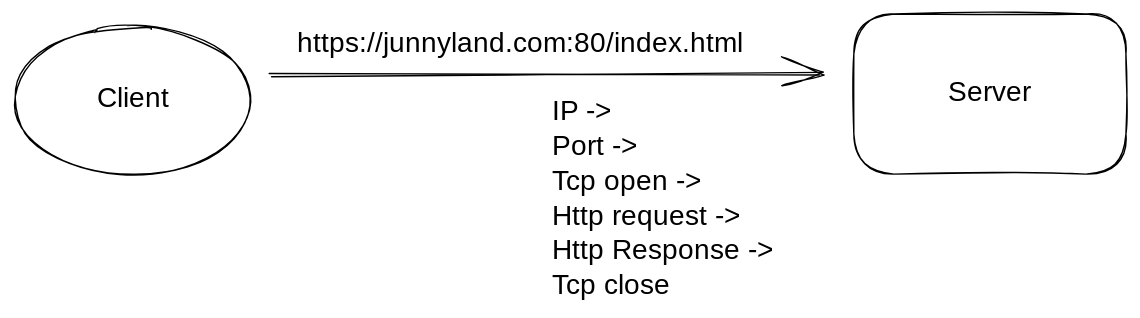
Above: .gitbook/assets/file.excalidraw.svg in Junnyjun/junlog (Excalidraw), before the change. Source tidied: one line per element, renumbered; positions are measured from the earlier drawing's top-left corner, leaving out a move shared by most shapes.
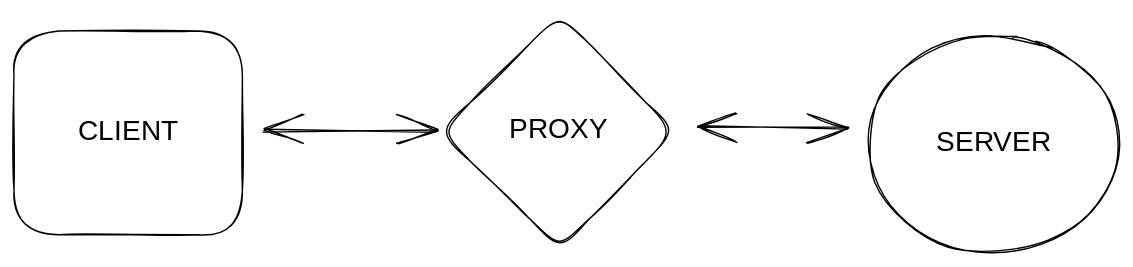
The same diagram one commit later.

The edit, as a diff of the source:
```diff
@@ -1,7 +1,8 @@
-{"id": 0, "type": "rectangle", "strokeColor": "#000000", "strokeWidth": 1, "roughness": 1, "round": true, "x": 600, "y": 0, "width": 194, "height": 114}
-{"id": 1, "type": "text", "text": "Server", "strokeColor": "#000000", "strokeWidth": 1, "roughness": 1, "fontSize": 20, "fontFamily": 1, "textAlign": "center", "verticalAlign": "middle", "inside": 0, "x": 665, "y": 44, "width": 64, "height": 26}
-{"id": 2, "type": "ellipse", "strokeColor": "#000000", "strokeWidth": 1, "roughness": 1, "round": true, "x": 0, "y": 9, "width": 170, "height": 106}
-{"id": 3, "type": "text", "text": "Client", "strokeColor": "#000000", "strokeWidth": 1, "roughness": 1, "fontSize": 20, "fontFamily": 1, "textAlign": "center", "verticalAlign": "middle", "inside": 2, "x": 57, "y": 49, "width": 56, "height": 26}
-{"id": 4, "type": "arrow", "strokeColor": "#000000", "strokeWidth": 1, "roughness": 1, "endArrowhead": "arrow", "round": true, "from": 2, "to": 0, "x": 183, "y": 43, "width": 393, "height": 0, "points": [[0, 0], [393, 0]]}
-{"id": 5, "type": "text", "text": "https://junnyland.com:80/index.html", "strokeColor": "#000000", "strokeWidth": 1, "roughness": 1, "fontSize": 20, "fontFamily": 1, "x": 202, "y": 9, "width": 340, "height": 25}
-{"id": 6, "type": "text", "text": "IP -> \nPort -> \nTcp open -> \nHttp request -> \nHttp Response -> \nTcp close", "strokeColor": "#000000", "strokeWidth": 1, "roughness": 1, "fontSize": 20, "fontFamily": 1, "x": 384, "y": 58, "width": 180, "height": 149}
+{"id": 7, "type": "rectangle", "strokeColor": "#000000", "strokeWidth": 1, "roughness": 1, "round": true, "x": -234, "y": -181, "width": 163, "height": 146}
+{"id": 8, "type": "text", "text": "CLIENT", "strokeColor": "#000000", "strokeWidth": 1, "roughness": 1, "fontSize": 20, "fontFamily": 1, "textAlign": "center", "verticalAlign": "middle", "inside": 7, "x": -192, "y": -121, "width": 80, "height": 26}
+{"id": 9, "type": "ellipse", "strokeColor": "#000000", "strokeWidth": 1, "roughness": 1, "round": true, "x": 377, "y": -178, "width": 179, "height": 155}
+{"id": 10, "type": "text", "text": "SERVER", "strokeColor": "#000000", "strokeWidth": 1, "roughness": 1, "fontSize": 20, "fontFamily": 1, "textAlign": "center", "verticalAlign": "middle", "inside": 9, "x": 427, "y": -113, "width": 79, "height": 26}
+{"id": 11, "type": "diamond", "strokeColor": "#000000", "strokeWidth": 1, "roughness": 1, "round": true, "x": 71, "y": -193, "width": 168, "height": 167}
+{"id": 12, "type": "text", "text": "PROXY", "strokeColor": "#000000", "strokeWidth": 1, "roughness": 1, "fontSize": 20, "fontFamily": 1, "textAlign": "center", "verticalAlign": "middle", "inside": 11, "x": 122, "y": -122, "width": 66, "height": 26}
+{"id": 13, "type": "arrow", "strokeColor": "#000000", "strokeWidth": 1, "roughness": 1, "startArrowhead": "arrow", "endArrowhead": "arrow", "round": true, "from": 7, "to": 11, "x": -54, "y": -110, "width": 122, "height": 0, "points": [[0, 0], [122, 0]]}
+{"id": 14, "type": "arrow", "strokeColor": "#000000", "strokeWidth": 1, "roughness": 1, "startArrowhead": "arrow", "endArrowhead": "arrow", "round": true, "from": 11, "to": 9, "x": 256, "y": -112, "width": 106, "height": 0, "points": [[0, 0], [106, 0]]}
```
